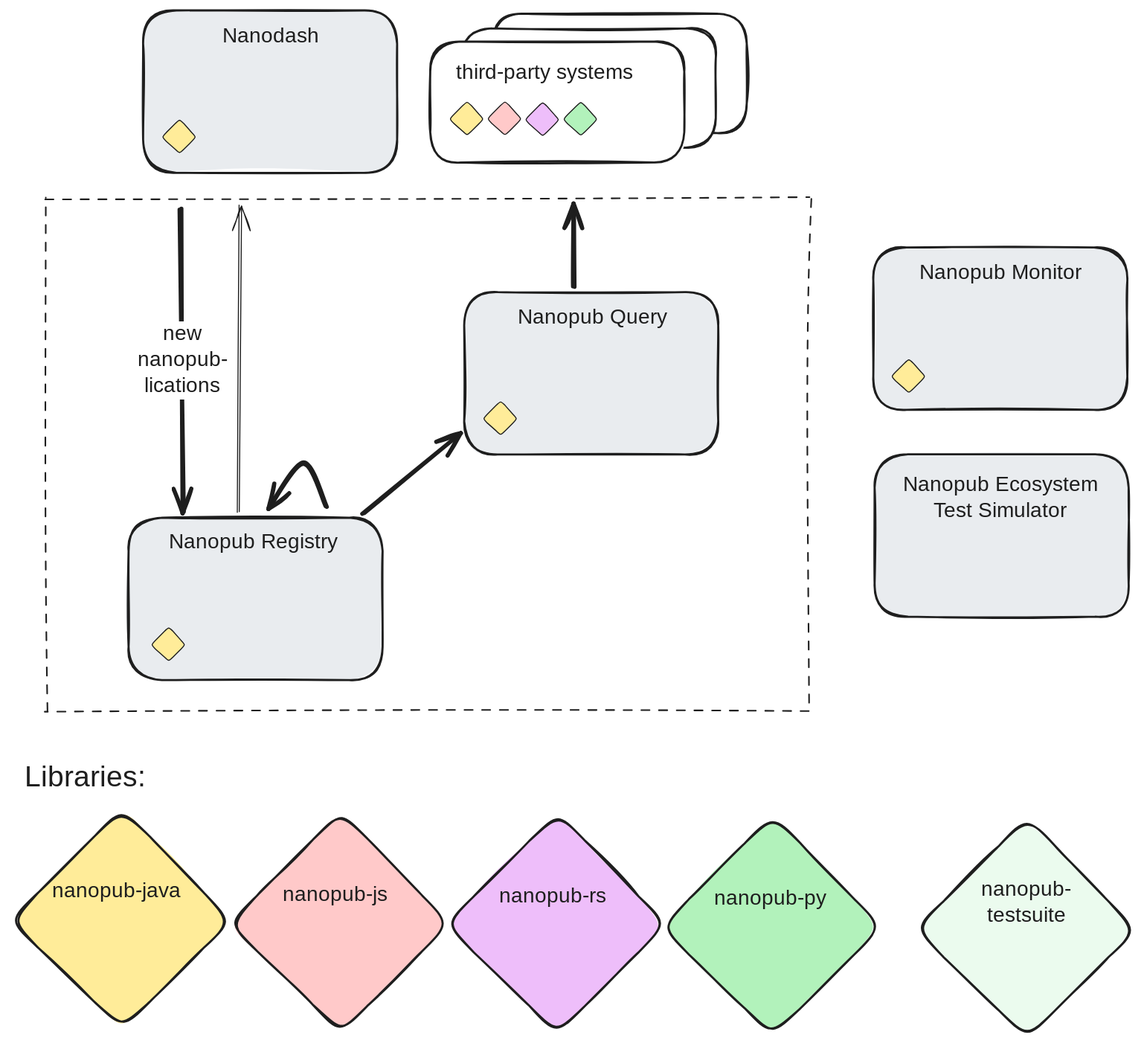
This is media/images/nanopub-architecture.svg from knowledgepixels/nanopub-ecosystem-paper, a Excalidraw export, as it was before one commit. Source tidied: one line per element, renumbered; positions are measured from the earlier drawing's top-left corner, leaving out a move shared by most shapes.
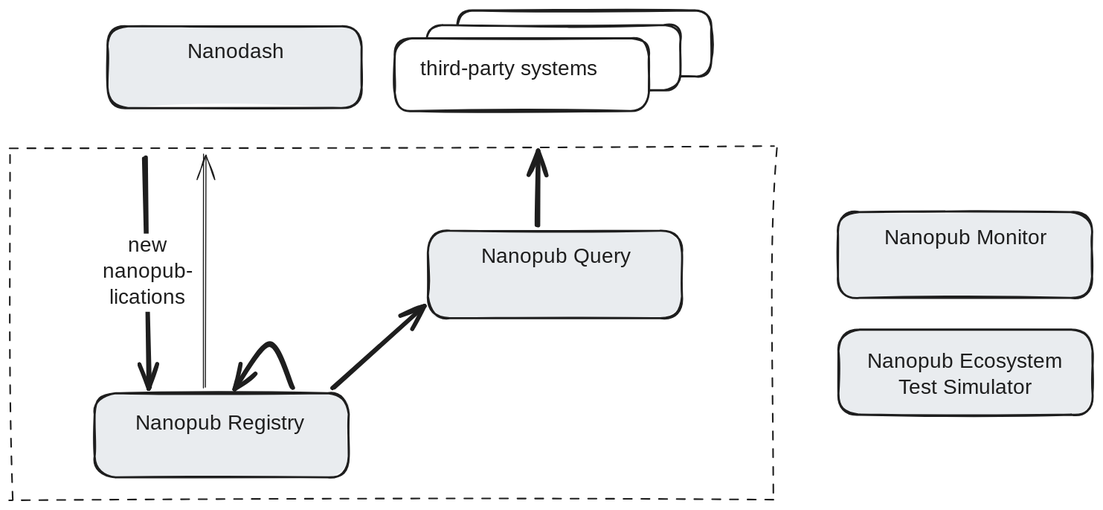
Above is the later version.

Commit message:
Work on paper and update diagram

Diff of the diagram source:
```diff
@@ -1,40 +1,21 @@
-{"id": 0, "type": "arrow", "strokeColor": "#1e1e1e", "strokeWidth": 4, "roughness": 1, "endArrowhead": "arrow", "round": true, "to": 12, "x": 163, "y": 191, "width": 3, "height": 290, "points": [[0, 0], [3, 290]]}
+{"id": 0, "type": "arrow", "strokeColor": "#1e1e1e", "strokeWidth": 4, "roughness": 1, "endArrowhead": "arrow", "round": true, "to": 12, "x": 163, "y": 191, "width": 5, "height": 219, "points": [[0, 0], [5, 219]]}
-{"id": 1, "type": "text", "text": "new\nnanopub-\nlications", "strokeColor": "#1e1e1e", "strokeWidth": 2, "roughness": 1, "fontSize": 20, "fontFamily": 5, "textAlign": "center", "verticalAlign": "middle", "inside": 0, "x": 120, "y": 296, "width": 86, "height": 75}
+{"id": 1, "type": "text", "text": "new\nnanopub-\nlications", "strokeColor": "#1e1e1e", "strokeWidth": 2, "roughness": 1, "fontSize": 20, "fontFamily": 5, "textAlign": "center", "verticalAlign": "middle", "inside": 0, "x": 122, "y": 299, "width": 86, "height": 75}
-{"id": 2, "type": "arrow", "strokeColor": "#1e1e1e", "strokeWidth": 4, "roughness": 1, "endArrowhead": "arrow", "round": true, "from": 12, "to": 15, "x": 338, "y": 483, "width": 93, "height": 75, "points": [[0, 0], [93, -75]]}
+{"id": 2, "type": "arrow", "strokeColor": "#1e1e1e", "strokeWidth": 4, "roughness": 1, "endArrowhead": "arrow", "round": true, "from": 12, "to": 15, "x": 344, "y": 411, "width": 87, "height": 76, "points": [[0, 0], [87, -76]]}
-{"id": 3, "type": "arrow", "strokeColor": "#1e1e1e", "strokeWidth": 4, "roughness": 1, "endArrowhead": "arrow", "round": true, "from": 12, "to": 12, "x": 303, "y": 476, "width": 56, "height": 43, "points": [[0, 0], [-23, -42], [-56, 1]]}
+{"id": 3, "type": "arrow", "strokeColor": "#1e1e1e", "strokeWidth": 4, "roughness": 1, "endArrowhead": "arrow", "round": true, "from": 12, "to": 12, "x": 305, "y": 411, "width": 56, "height": 43, "points": [[0, 0], [-23, -42], [-56, 1]]}
-{"id": 4, "type": "arrow", "strokeColor": "#1e1e1e", "strokeWidth": 1, "roughness": 1, "endArrowhead": "arrow", "round": true, "from": 12, "x": 218, "y": 481, "width": 2, "height": 293, "points": [[0, 0], [2, -293]]}
+{"id": 4, "type": "arrow", "strokeColor": "#1e1e1e", "strokeWidth": 1, "roughness": 1, "endArrowhead": "arrow", "round": true, "from": 12, "x": 220, "y": 410, "width": 0, "height": 222, "points": [[0, 0], [0, -222]]}
-{"id": 5, "type": "diamond", "strokeColor": "#1e1e1e", "backgroundColor": "#ffec99", "fillStyle": "solid", "strokeWidth": 2, "roughness": 1, "round": true, "x": 0, "y": 767, "width": 212, "height": 212}
-{"id": 6, "type": "text", "text": "nanopub-java", "strokeColor": "#1e1e1e", "strokeWidth": 2, "roughness": 1, "fontSize": 20, "fontFamily": 5, "x": 40, "y": 834, "width": 127, "height": 25}
-{"id": 7, "type": "diamond", "strokeColor": "#1e1e1e", "backgroundColor": "#ffc9c9", "fillStyle": "solid", "strokeWidth": 2, "roughness": 1, "round": true, "x": 210, "y": 770, "width": 212, "height": 212}
-{"id": 8, "type": "text", "text": "nanopub-js", "strokeColor": "#1e1e1e", "strokeWidth": 2, "roughness": 1, "fontSize": 20, "fontFamily": 5, "x": 261, "y": 838, "width": 104, "height": 25}
-{"id": 9, "type": "diamond", "strokeColor": "#1e1e1e", "backgroundColor": "#eebefa", "fillStyle": "solid", "strokeWidth": 2, "roughness": 1, "round": true, "x": 418, "y": 771, "width": 212, "height": 212}
-{"id": 10, "type": "text", "text": "nanopub-rs", "strokeColor": "#1e1e1e", "backgroundColor": "#eebefa", "fillStyle": "solid", "strokeWidth": 2, "roughness": 1, "fontSize": 20, "fontFamily": 5, "x": 469, "y": 839, "width": 106, "height": 25}
-{"id": 11, "type": "text", "text": "Libraries:", "strokeColor": "#1e1e1e", "strokeWidth": 1, "strokeStyle": "dotted", "roughness": 1, "fontSize": 28, "fontFamily": 5, "x": 13, "y": 721, "width": 121, "height": 35}
-{"id": 12, "type": "rectangle", "strokeColor": "#1e1e1e", "backgroundColor": "#e9ecef", "fillStyle": "solid", "strokeWidth": 2, "roughness": 1, "round": true, "x": 113, "y": 487, "width": 244, "height": 156}
+{"id": 12, "type": "rectangle", "strokeColor": "#1e1e1e", "backgroundColor": "#e9ecef", "fillStyle": "solid", "strokeWidth": 2, "roughness": 1, "round": true, "x": 115, "y": 416, "width": 244, "height": 81}
-{"id": 13, "type": "text", "text": "Nanopub Registry", "strokeColor": "#1e1e1e", "backgroundColor": "#e9ecef", "fillStyle": "solid", "strokeWidth": 2, "roughness": 1, "fontSize": 20, "fontFamily": 5, "textAlign": "center", "x": 148, "y": 499, "width": 170, "height": 25}
+{"id": 13, "type": "text", "text": "Nanopub Registry", "strokeColor": "#1e1e1e", "backgroundColor": "#e9ecef", "fillStyle": "solid", "strokeWidth": 2, "roughness": 1, "fontSize": 20, "fontFamily": 5, "textAlign": "center", "x": 150, "y": 433, "width": 170, "height": 25}
-{"id": 14, "type": "diamond", "strokeColor": "#1e1e1e", "backgroundColor": "#ffec99", "fillStyle": "solid", "strokeWidth": 1, "roughness": 0, "round": true, "x": 135, "y": 592, "width": 33, "height": 33}
-{"id": 15, "type": "rectangle", "strokeColor": "#1e1e1e", "backgroundColor": "#e9ecef", "fillStyle": "solid", "strokeWidth": 2, "roughness": 1, "round": true, "x": 436, "y": 270, "width": 244, "height": 156}
+{"id": 15, "type": "rectangle", "strokeColor": "#1e1e1e", "backgroundColor": "#e9ecef", "fillStyle": "solid", "strokeWidth": 2, "roughness": 1, "round": true, "x": 435, "y": 260, "width": 244, "height": 84}
-{"id": 16, "type": "text", "text": "Nanopub Query", "strokeColor": "#1e1e1e", "backgroundColor": "#e9ecef", "fillStyle": "solid", "strokeWidth": 2, "roughness": 1, "fontSize": 20, "fontFamily": 5, "textAlign": "center", "x": 487, "y": 283, "width": 144, "height": 25}
+{"id": 16, "type": "text", "text": "Nanopub Query", "strokeColor": "#1e1e1e", "backgroundColor": "#e9ecef", "fillStyle": "solid", "strokeWidth": 2, "roughness": 1, "fontSize": 20, "fontFamily": 5, "textAlign": "center", "x": 486, "y": 273, "width": 144, "height": 25}
-{"id": 17, "type": "diamond", "strokeColor": "#1e1e1e", "backgroundColor": "#ffec99", "fillStyle": "solid", "strokeWidth": 1, "roughness": 0, "round": true, "x": 454, "y": 375, "width": 33, "height": 33}
-{"id": 18, "type": "diamond", "strokeColor": "#1e1e1e", "backgroundColor": "#ebfbee", "fillStyle": "solid", "strokeWidth": 2, "roughness": 1, "round": true, "x": 869, "y": 775, "width": 212, "height": 212}
-{"id": 19, "type": "text", "text": "nanopub-\ntestsuite", "strokeColor": "#1e1e1e", "backgroundColor": "#ebfbee", "fillStyle": "solid", "strokeWidth": 2, "roughness": 1, "fontSize": 20, "fontFamily": 5, "textAlign": "center", "x": 929, "y": 832, "width": 93, "height": 50}
-{"id": 20, "type": "rectangle", "strokeColor": "#1e1e1e", "backgroundColor": "#e9ecef", "fillStyle": "solid", "strokeWidth": 2, "roughness": 1, "round": true, "x": 830, "y": 426, "width": 244, "height": 156}
+{"id": 20, "type": "rectangle", "strokeColor": "#1e1e1e", "backgroundColor": "#e9ecef", "fillStyle": "solid", "strokeWidth": 2, "roughness": 1, "round": true, "x": 829, "y": 355, "width": 244, "height": 82}
-{"id": 21, "type": "text", "text": "Nanopub Ecosystem\nTest Simulator", "strokeColor": "#1e1e1e", "backgroundColor": "#e9ecef", "fillStyle": "solid", "strokeWidth": 2, "roughness": 1, "fontSize": 20, "fontFamily": 5, "textAlign": "center", "x": 855, "y": 444, "width": 191, "height": 50}
+{"id": 21, "type": "text", "text": "Nanopub Ecosystem\nTest Simulator", "strokeColor": "#1e1e1e", "backgroundColor": "#e9ecef", "fillStyle": "solid", "strokeWidth": 2, "roughness": 1, "fontSize": 20, "fontFamily": 5, "textAlign": "center", "x": 855, "y": 374, "width": 191, "height": 50}
-{"id": 22, "type": "diamond", "strokeColor": "#1e1e1e", "backgroundColor": "#b2f2bb", "fillStyle": "solid", "strokeWidth": 2, "roughness": 1, "round": true, "x": 625, "y": 773, "width": 212, "height": 212}
-{"id": 23, "type": "text", "text": "nanopub-py", "strokeColor": "#1e1e1e", "backgroundColor": "#b2f2bb", "fillStyle": "solid", "strokeWidth": 2, "roughness": 1, "fontSize": 20, "fontFamily": 5, "x": 676, "y": 841, "width": 107, "height": 25}
-{"id": 24, "type": "rectangle", "strokeColor": "#1e1e1e", "backgroundColor": "#ffffff", "fillStyle": "solid", "strokeWidth": 2, "roughness": 1, "round": true, "x": 463, "y": 3, "width": 244, "height": 115}
+{"id": 24, "type": "rectangle", "strokeColor": "#1e1e1e", "backgroundColor": "#ffffff", "fillStyle": "solid", "strokeWidth": 2, "roughness": 1, "round": true, "x": 463, "y": 49, "width": 244, "height": 63}
-{"id": 25, "type": "rectangle", "strokeColor": "#1e1e1e", "backgroundColor": "#ffffff", "fillStyle": "solid", "strokeWidth": 2, "roughness": 1, "round": true, "x": 433, "y": 17, "width": 244, "height": 115}
+{"id": 25, "type": "rectangle", "strokeColor": "#1e1e1e", "backgroundColor": "#ffffff", "fillStyle": "solid", "strokeWidth": 2, "roughness": 1, "round": true, "x": 433, "y": 63, "width": 244, "height": 63}
-{"id": 26, "type": "rectangle", "strokeColor": "#1e1e1e", "backgroundColor": "#ffffff", "fillStyle": "solid", "strokeWidth": 2, "roughness": 1, "round": true, "x": 403, "y": 30, "width": 244, "height": 116}
+{"id": 26, "type": "rectangle", "strokeColor": "#1e1e1e", "backgroundColor": "#ffffff", "fillStyle": "solid", "strokeWidth": 2, "roughness": 1, "round": true, "x": 403, "y": 76, "width": 244, "height": 70}
-{"id": 27, "type": "diamond", "strokeColor": "#1e1e1e", "backgroundColor": "#ffec99", "fillStyle": "solid", "strokeWidth": 1, "roughness": 0, "round": true, "x": 421, "y": 87, "width": 33, "height": 33}
-{"id": 28, "type": "diamond", "strokeColor": "#1e1e1e", "backgroundColor": "#ffc9c9", "fillStyle": "solid", "strokeWidth": 1, "roughness": 0, "round": true, "x": 458, "y": 87, "width": 33, "height": 33}
-{"id": 29, "type": "diamond", "strokeColor": "#1e1e1e", "backgroundColor": "#eebefa", "fillStyle": "solid", "strokeWidth": 1, "roughness": 0, "round": true, "x": 494, "y": 88, "width": 33, "height": 33}
-{"id": 30, "type": "text", "text": "third-party systems", "strokeColor": "#1e1e1e", "backgroundColor": "#eebefa", "fillStyle": "solid", "strokeWidth": 2, "roughness": 1, "fontSize": 20, "fontFamily": 5, "x": 428, "y": 48, "width": 196, "height": 25}
+{"id": 30, "type": "text", "text": "third-party systems", "strokeColor": "#1e1e1e", "backgroundColor": "#eebefa", "fillStyle": "solid", "strokeWidth": 2, "roughness": 1, "fontSize": 20, "fontFamily": 5, "x": 428, "y": 94, "width": 196, "height": 25}
-{"id": 31, "type": "diamond", "strokeColor": "#1e1e1e", "backgroundColor": "#b2f2bb", "fillStyle": "solid", "strokeWidth": 1, "roughness": 0, "round": true, "x": 531, "y": 88, "width": 33, "height": 33}
-{"id": 32, "type": "rectangle", "strokeColor": "#1e1e1e", "backgroundColor": "#e9ecef", "fillStyle": "solid", "strokeWidth": 2, "roughness": 1, "round": true, "x": 829, "y": 228, "width": 244, "height": 156}
+{"id": 32, "type": "rectangle", "strokeColor": "#1e1e1e", "backgroundColor": "#e9ecef", "fillStyle": "solid", "strokeWidth": 2, "roughness": 1, "round": true, "x": 829, "y": 243, "width": 244, "height": 82}
-{"id": 33, "type": "text", "text": "Nanopub Monitor", "strokeColor": "#1e1e1e", "backgroundColor": "#e9ecef", "fillStyle": "solid", "strokeWidth": 2, "roughness": 1, "fontSize": 20, "fontFamily": 5, "textAlign": "center", "x": 870, "y": 241, "width": 162, "height": 25}
+{"id": 33, "type": "text", "text": "Nanopub Monitor", "strokeColor": "#1e1e1e", "backgroundColor": "#e9ecef", "fillStyle": "solid", "strokeWidth": 2, "roughness": 1, "fontSize": 20, "fontFamily": 5, "textAlign": "center", "x": 870, "y": 256, "width": 162, "height": 25}
-{"id": 34, "type": "diamond", "strokeColor": "#1e1e1e", "backgroundColor": "#ffec99", "fillStyle": "solid", "strokeWidth": 1, "roughness": 0, "round": true, "x": 846, "y": 335, "width": 33, "height": 33}
-{"id": 35, "type": "rectangle", "strokeColor": "#1e1e1e", "backgroundColor": "#e9ecef", "fillStyle": "solid", "strokeWidth": 2, "roughness": 1, "round": true, "x": 127, "y": 0, "width": 244, "height": 156}
+{"id": 35, "type": "rectangle", "strokeColor": "#1e1e1e", "backgroundColor": "#e9ecef", "fillStyle": "solid", "strokeWidth": 2, "roughness": 1, "round": true, "x": 127, "y": 64, "width": 244, "height": 78}
-{"id": 36, "type": "text", "text": "Nanodash", "strokeColor": "#1e1e1e", "backgroundColor": "#e9ecef", "fillStyle": "solid", "strokeWidth": 2, "roughness": 1, "fontSize": 20, "fontFamily": 5, "textAlign": "center", "x": 204, "y": 13, "width": 92, "height": 25}
+{"id": 36, "type": "text", "text": "Nanodash", "strokeColor": "#1e1e1e", "backgroundColor": "#e9ecef", "fillStyle": "solid", "strokeWidth": 2, "roughness": 1, "fontSize": 20, "fontFamily": 5, "textAlign": "center", "x": 204, "y": 77, "width": 92, "height": 25}
-{"id": 37, "type": "diamond", "strokeColor": "#1e1e1e", "backgroundColor": "#ffec99", "fillStyle": "solid", "strokeWidth": 1, "roughness": 0, "round": true, "x": 145, "y": 105, "width": 33, "height": 33}
-{"id": 38, "type": "rectangle", "strokeColor": "#1e1e1e", "strokeWidth": 1, "strokeStyle": "dashed", "roughness": 2, "x": 34, "y": 181, "width": 734, "height": 492}
+{"id": 38, "type": "rectangle", "strokeColor": "#1e1e1e", "strokeWidth": 1, "strokeStyle": "dashed", "roughness": 2, "x": 34, "y": 181, "width": 734, "height": 338}
-{"id": 39, "type": "arrow", "strokeColor": "#1e1e1e", "strokeWidth": 4, "roughness": 1, "endArrowhead": "arrow", "round": true, "from": 15, "to": 38, "x": 541, "y": 264, "width": 2, "height": 78, "points": [[0, 0], [-2, -78]]}
+{"id": 39, "type": "arrow", "strokeColor": "#1e1e1e", "strokeWidth": 4, "roughness": 1, "endArrowhead": "arrow", "round": true, "from": 15, "to": 38, "x": 541, "y": 254, "width": 1, "height": 70, "points": [[0, 0], [-1, -70]]}
```
